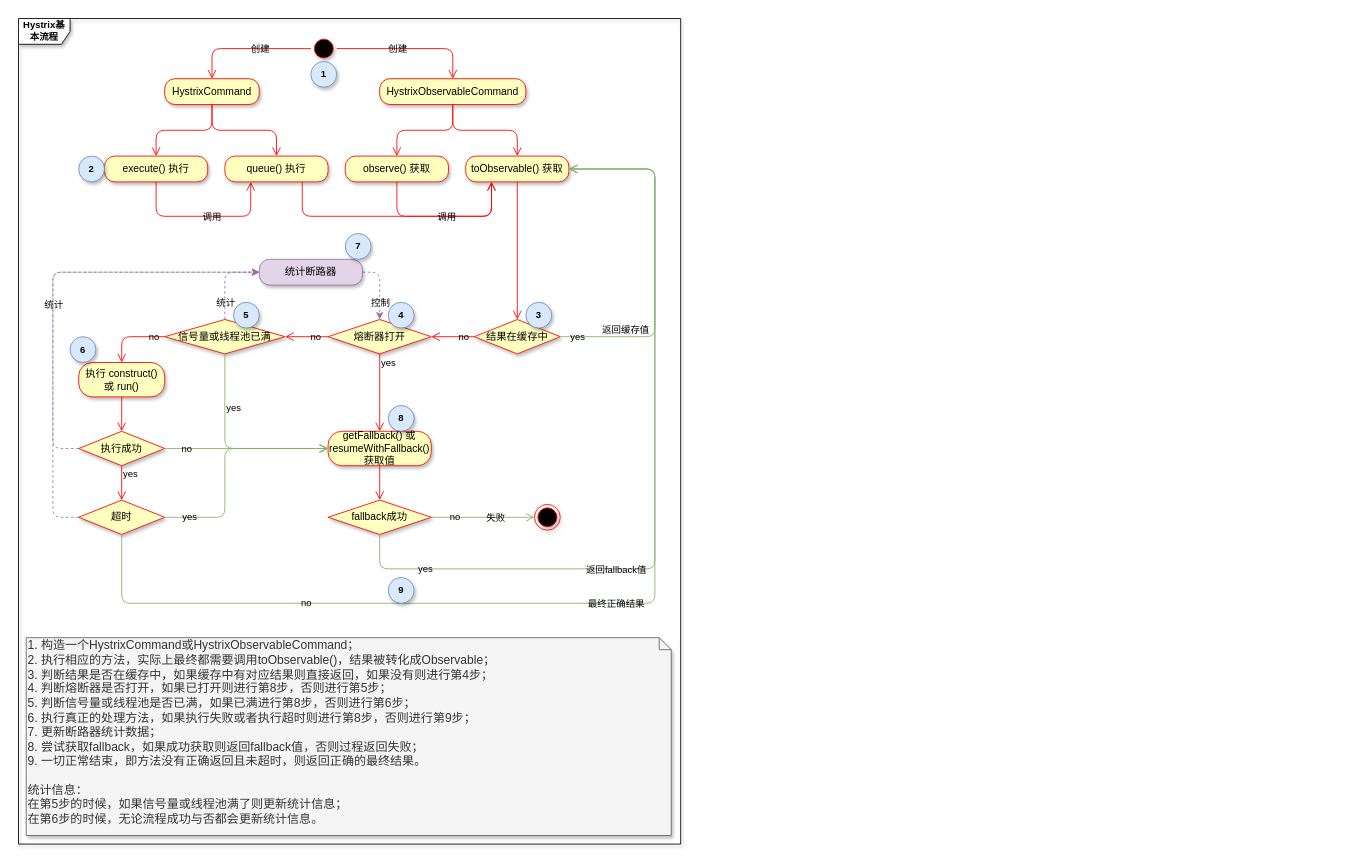
This is tyz-流程图.drawio from Woobhurk/tyz-pic-repo, a draw.io file, before an edit. Source tidied: cells renumbered, new cells numbered last; positions are measured from the earlier drawing's top-left corner, leaving out a move shared by most shapes. Both pictures are drawn from the tidied source at 86%, with x=0, y=0 at pixel (18, 18).
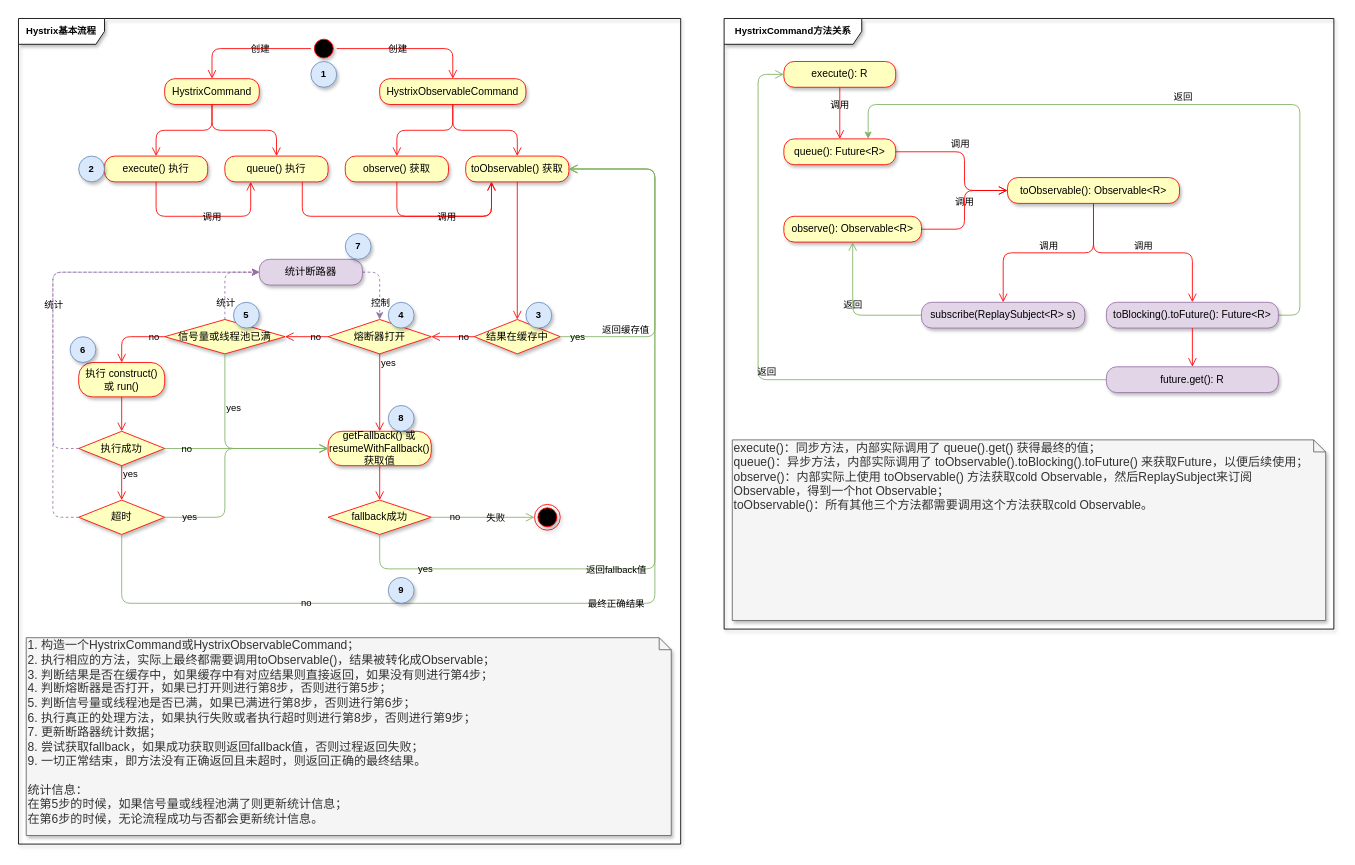
Above is the later version.

The edit, as a diff of the source:
```diff
@@
+    <mxCell id="69" value="HystrixCommand方法关系" style="shape=umlFrame;whiteSpace=wrap;html=1;rounded=1;shadow=1;glass=0;labelBackgroundColor=none;strokeColor=#000000;fillColor=#ffffff;gradientColor=none;fontSize=11;width=160;height=30;fontStyle=1;" parent="1" vertex="1">
+      <mxGeometry x="820.5" width="709" height="710" as="geometry" />
+    </mxCell>
-    <mxCell id="2" value="Hystrix基本流程" style="shape=umlFrame;whiteSpace=wrap;html=1;rounded=1;shadow=1;glass=0;labelBackgroundColor=none;strokeColor=#000000;fillColor=#ffffff;fontSize=11;fontStyle=1;" parent="1" vertex="1">
+    <mxCell id="2" value="Hystrix基本流程" style="shape=umlFrame;whiteSpace=wrap;html=1;rounded=1;shadow=1;glass=0;labelBackgroundColor=none;strokeColor=#000000;fillColor=#ffffff;fontSize=11;fontStyle=1;width=100;height=30;" parent="1" vertex="1">
       <mxGeometry width="770" height="960" as="geometry" />
     </mxCell>
@@
+    <mxCell id="70" value="execute(): R" style="rounded=1;whiteSpace=wrap;html=1;arcSize=40;fontColor=#000000;fillColor=#ffffc0;strokeColor=#ff0000;shadow=1;glass=0;labelBackgroundColor=none;" parent="1" vertex="1">
+      <mxGeometry x="890" y="50" width="130" height="30" as="geometry" />
+    </mxCell>
+    <mxCell id="71" value="调用" style="edgeStyle=orthogonalEdgeStyle;html=1;verticalAlign=bottom;endArrow=open;endSize=8;strokeColor=#ff0000;shadow=0;labelBackgroundColor=none;fontSize=11;exitX=0.5;exitY=1;exitDx=0;exitDy=0;entryX=0.5;entryY=0;entryDx=0;entryDy=0;" parent="1" edge="1" source="70" target="72">
+      <mxGeometry relative="1" as="geometry" />
+    </mxCell>
+    <mxCell id="72" value="queue(): Future&amp;lt;R&amp;gt;" style="rounded=1;whiteSpace=wrap;html=1;arcSize=40;fontColor=#000000;fillColor=#ffffc0;strokeColor=#ff0000;shadow=1;glass=0;labelBackgroundColor=none;" parent="1" vertex="1">
+      <mxGeometry x="890" y="140" width="130" height="30" as="geometry" />
+    </mxCell>
+    <mxCell id="73" value="future.get(): R" style="rounded=1;whiteSpace=wrap;html=1;arcSize=40;fillColor=#e1d5e7;strokeColor=#9673a6;shadow=1;glass=0;labelBackgroundColor=none;" parent="1" vertex="1">
+      <mxGeometry x="1265" y="405" width="200" height="30" as="geometry" />
+    </mxCell>
+    <mxCell id="74" value="返回" style="edgeStyle=orthogonalEdgeStyle;html=1;verticalAlign=bottom;endArrow=open;endSize=8;strokeColor=#82b366;shadow=0;labelBackgroundColor=none;fontSize=11;entryX=0;entryY=0.5;entryDx=0;entryDy=0;exitX=0;exitY=0.5;exitDx=0;exitDy=0;fillColor=#d5e8d4;" parent="1" edge="1" source="73" target="70">
+      <mxGeometry relative="1" as="geometry">
+        <Array as="points">
+          <mxPoint x="860" y="420" />
+          <mxPoint x="860" y="65" />
+        </Array>
+      </mxGeometry>
+    </mxCell>
+    <mxCell id="75" value="toObservable(): Observable&amp;lt;R&amp;gt;" style="rounded=1;whiteSpace=wrap;html=1;arcSize=40;fontColor=#000000;fillColor=#ffffc0;strokeColor=#ff0000;shadow=1;glass=0;labelBackgroundColor=none;" parent="1" vertex="1">
+      <mxGeometry x="1150" y="185" width="200" height="30" as="geometry" />
+    </mxCell>
+    <mxCell id="76" value="调用" style="edgeStyle=orthogonalEdgeStyle;html=1;verticalAlign=bottom;endArrow=open;endSize=8;strokeColor=#ff0000;shadow=0;labelBackgroundColor=none;fontSize=11;entryX=0.5;entryY=0;entryDx=0;entryDy=0;" parent="1" edge="1" source="75" target="78">
+      <mxGeometry relative="1" as="geometry" />
+    </mxCell>
+    <mxCell id="77" value="返回" style="edgeStyle=orthogonalEdgeStyle;rounded=1;jettySize=auto;html=1;exitX=1;exitY=0.5;exitDx=0;exitDy=0;shadow=0;labelBackgroundColor=none;strokeColor=#82b366;strokeWidth=1;fontSize=11;verticalAlign=bottom;fillColor=#d5e8d4;" parent="1" edge="1" source="78">
+      <mxGeometry relative="1" as="geometry">
+        <mxPoint x="988" y="140" as="targetPoint" />
+        <Array as="points">
+          <mxPoint x="1490" y="345" />
+          <mxPoint x="1490" y="100" />
+          <mxPoint x="988" y="100" />
+        </Array>
+      </mxGeometry>
+    </mxCell>
+    <mxCell id="78" value="toBlocking().toFuture(): Future&amp;lt;R&amp;gt;" style="rounded=1;whiteSpace=wrap;html=1;arcSize=40;fillColor=#e1d5e7;strokeColor=#9673a6;shadow=1;glass=0;labelBackgroundColor=none;" parent="1" vertex="1">
+      <mxGeometry x="1265" y="330" width="200" height="30" as="geometry" />
+    </mxCell>
+    <mxCell id="79" style="edgeStyle=orthogonalEdgeStyle;html=1;verticalAlign=bottom;endArrow=open;endSize=8;strokeColor=#ff0000;shadow=0;labelBackgroundColor=none;fontSize=11;entryX=0.5;entryY=0;entryDx=0;entryDy=0;" parent="1" edge="1" source="78" target="73">
+      <mxGeometry relative="1" as="geometry" />
+    </mxCell>
+    <mxCell id="80" value="调用" style="edgeStyle=orthogonalEdgeStyle;html=1;verticalAlign=bottom;endArrow=open;endSize=8;strokeColor=#ff0000;shadow=0;labelBackgroundColor=none;fontSize=11;exitX=1;exitY=0.5;exitDx=0;exitDy=0;entryX=0;entryY=0.5;entryDx=0;entryDy=0;" parent="1" edge="1" source="72" target="75">
+      <mxGeometry x="-0.14" relative="1" as="geometry">
+        <Array as="points">
+          <mxPoint x="1100" y="155" />
+          <mxPoint x="1100" y="200" />
+        </Array>
+      </mxGeometry>
+    </mxCell>
+    <mxCell id="81" value="observe(): Observable&amp;lt;R&amp;gt;" style="rounded=1;whiteSpace=wrap;html=1;arcSize=40;fontColor=#000000;fillColor=#ffffc0;strokeColor=#ff0000;shadow=1;glass=0;labelBackgroundColor=none;" parent="1" vertex="1">
+      <mxGeometry x="890" y="230" width="160" height="30" as="geometry" />
+    </mxCell>
+    <mxCell id="82" value="调用" style="edgeStyle=orthogonalEdgeStyle;html=1;verticalAlign=bottom;endArrow=open;endSize=8;strokeColor=#ff0000;shadow=0;labelBackgroundColor=none;fontSize=11;entryX=0;entryY=0.5;entryDx=0;entryDy=0;" parent="1" edge="1" source="81" target="75">
+      <mxGeometry relative="1" as="geometry" />
+    </mxCell>
+    <mxCell id="83" value="execute()：同步方法，内部实际调用了 queue().get() 获得最终的值；&lt;br&gt;queue()：异步方法，内部实际调用了 toObservable().toBlocking().toFuture() 来获取Future，以便后续使用；&lt;br&gt;observe()：内部实际上使用 toObservable() 方法获取cold Observable，然后ReplaySubject来订阅Observable，得到一个hot Observable；&lt;br&gt;toObservable()：所有其他三个方法都需要调用这个方法获取cold Observable。&lt;br&gt;" style="shape=note;whiteSpace=wrap;html=1;size=14;verticalAlign=top;align=left;spacingTop=-6;rounded=1;shadow=1;glass=0;labelBackgroundColor=none;strokeColor=#666666;fillColor=#f5f5f5;fontSize=14;fontColor=#333333;" parent="1" vertex="1">
+      <mxGeometry x="830" y="490" width="690" height="210" as="geometry" />
+    </mxCell>
+    <mxCell id="84" value="subscribe(ReplaySubject&amp;lt;R&amp;gt; s)" style="rounded=1;whiteSpace=wrap;html=1;arcSize=40;fillColor=#e1d5e7;strokeColor=#9673a6;shadow=1;glass=0;labelBackgroundColor=none;" parent="1" vertex="1">
+      <mxGeometry x="1050" y="330" width="190" height="30" as="geometry" />
+    </mxCell>
+    <mxCell id="85" value="返回" style="edgeStyle=orthogonalEdgeStyle;html=1;verticalAlign=bottom;endArrow=open;endSize=8;strokeColor=#82b366;shadow=0;labelBackgroundColor=none;fontSize=11;entryX=0.5;entryY=1;entryDx=0;entryDy=0;exitX=0;exitY=0.5;exitDx=0;exitDy=0;fillColor=#d5e8d4;" parent="1" edge="1" source="84" target="81">
+      <mxGeometry relative="1" as="geometry" />
+    </mxCell>
+    <mxCell id="86" value="调用" style="edgeStyle=orthogonalEdgeStyle;html=1;verticalAlign=bottom;endArrow=open;endSize=8;strokeColor=#ff0000;shadow=0;labelBackgroundColor=none;fontSize=11;entryX=0.5;entryY=0;entryDx=0;entryDy=0;exitX=0.5;exitY=1;exitDx=0;exitDy=0;" parent="1" edge="1" source="75" target="84">
+      <mxGeometry relative="1" as="geometry" />
+    </mxCell>
```
